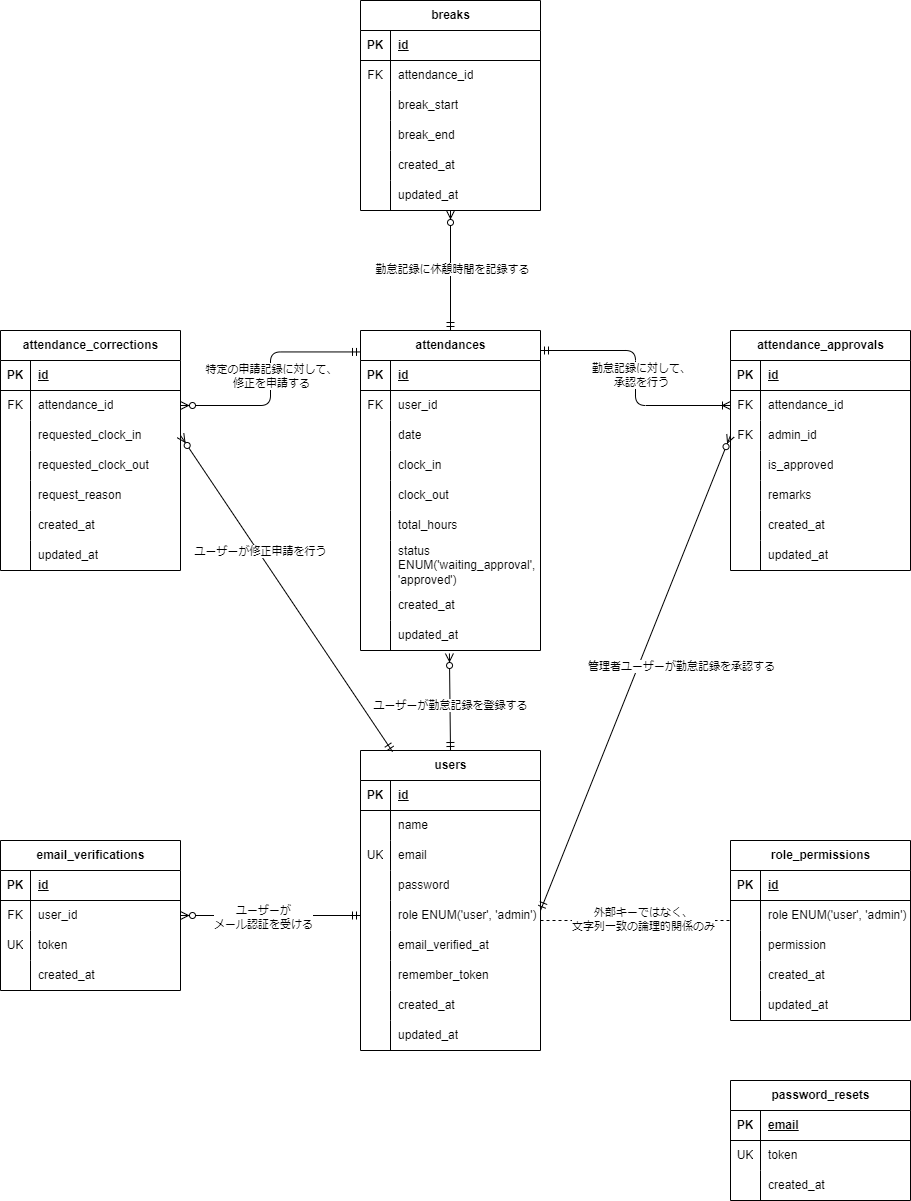
shimodum/mockcase-attendance keeps this draw.io diagram as ER.drawio.png. Above is the earlier version. Source tidied: cells renumbered, new cells last; positions are measured from the earlier drawing's top-left corner, leaving out a move shared by most shapes.
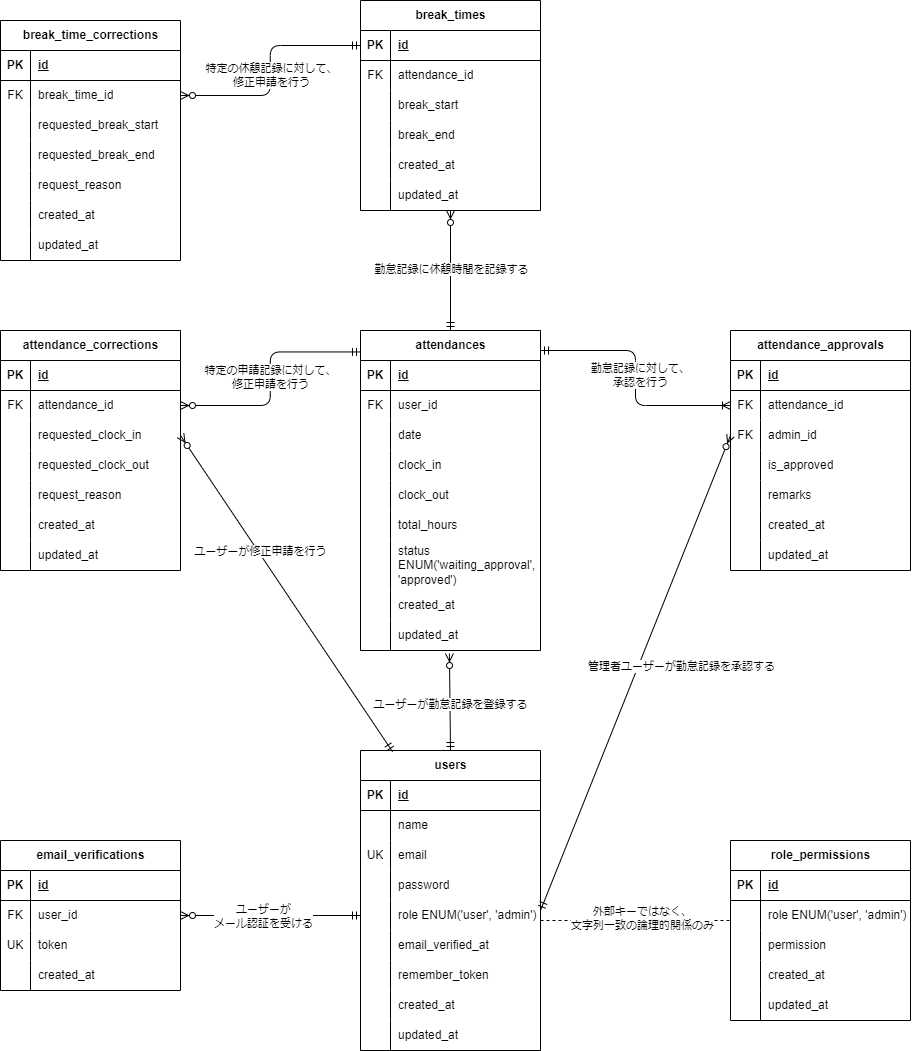
The same diagram one commit later.

Diff of the diagram source:
```diff
@@ -2,7 +2,7 @@
   <root>
     <mxCell id="0" />
     <mxCell id="1" parent="0" />
-    <mxCell id="2" value="breaks" style="shape=table;startSize=30;rowLines=0;fontStyle=1;align=center;html=1;" parent="1" vertex="1">
+    <mxCell id="2" value="break_times" style="shape=table;startSize=30;rowLines=0;fontStyle=1;align=center;html=1;" parent="1" vertex="1">
       <mxGeometry x="360" width="180" height="210" as="geometry" />
     </mxCell>
     <mxCell id="3" style="shape=tableRow;horizontal=0;startSize=0;swimlaneHead=0;swimlaneBody=0;fillColor=none;points=[[0,0.5],[1,0.5]];portConstraint=eastwest;top=0;left=0;right=0;bottom=1;" parent="2" vertex="1">
@@ -125,36 +125,6 @@
     <mxCell id="42" value="updated_at" style="shape=partialRectangle;fillColor=none;top=0;left=0;bottom=0;right=0;align=left;spacingLeft=6;overflow=hidden;whiteSpace=wrap;html=1;" parent="40" vertex="1">
       <mxGeometry x="30" width="150" height="30" as="geometry" />
     </mxCell>
-    <mxCell id="43" value="password_resets" style="shape=table;startSize=30;rowLines=0;fontStyle=1;align=center;html=1;" parent="1" vertex="1">
-      <mxGeometry x="730" y="1080" width="180" height="120" as="geometry" />
-    </mxCell>
-    <mxCell id="44" style="shape=tableRow;horizontal=0;startSize=0;swimlaneHead=0;swimlaneBody=0;fillColor=none;top=0;left=0;right=0;bottom=1;" parent="43" vertex="1">
-      <mxGeometry y="30" width="180" height="30" as="geometry" />
-    </mxCell>
-    <mxCell id="45" value="PK" style="shape=partialRectangle;fillColor=none;top=0;left=0;bottom=0;right=0;fontStyle=1;overflow=hidden;whiteSpace=wrap;html=1;" parent="44" vertex="1">
-      <mxGeometry width="30" height="30" as="geometry" />
-    </mxCell>
-    <mxCell id="46" value="email" style="shape=partialRectangle;fillColor=none;top=0;left=0;bottom=0;right=0;align=left;spacingLeft=6;fontStyle=5;overflow=hidden;whiteSpace=wrap;html=1;" parent="44" vertex="1">
-      <mxGeometry x="30" width="150" height="30" as="geometry" />
-    </mxCell>
-    <mxCell id="47" style="shape=tableRow;horizontal=0;startSize=0;swimlaneHead=0;swimlaneBody=0;fillColor=none;points=[[0,0.5],[1,0.5]];portConstraint=eastwest;top=0;left=0;right=0;bottom=0;" parent="43" vertex="1">
-      <mxGeometry y="60" width="180" height="30" as="geometry" />
-    </mxCell>
-    <mxCell id="48" value="UK" style="shape=partialRectangle;fillColor=none;top=0;left=0;bottom=0;right=0;overflow=hidden;whiteSpace=wrap;html=1;" parent="47" vertex="1">
-      <mxGeometry width="30" height="30" as="geometry" />
-    </mxCell>
-    <mxCell id="49" value="token" style="shape=partialRectangle;fillColor=none;top=0;left=0;bottom=0;right=0;align=left;spacingLeft=6;overflow=hidden;whiteSpace=wrap;html=1;" parent="47" vertex="1">
-      <mxGeometry x="30" width="150" height="30" as="geometry" />
-    </mxCell>
-    <mxCell id="50" style="shape=tableRow;horizontal=0;startSize=0;swimlaneHead=0;swimlaneBody=0;fillColor=none;top=0;left=0;right=0;bottom=0;" parent="43" vertex="1">
-      <mxGeometry y="90" width="180" height="30" as="geometry" />
-    </mxCell>
-    <mxCell id="51" style="shape=partialRectangle;fillColor=none;top=0;left=0;bottom=0;right=0;overflow=hidden;whiteSpace=wrap;html=1;" parent="50" vertex="1">
-      <mxGeometry width="30" height="30" as="geometry" />
-    </mxCell>
-    <mxCell id="52" value="created_at" style="shape=partialRectangle;fillColor=none;top=0;left=0;bottom=0;right=0;align=left;spacingLeft=6;overflow=hidden;whiteSpace=wrap;html=1;" parent="50" vertex="1">
-      <mxGeometry x="30" width="150" height="30" as="geometry" />
-    </mxCell>
     <mxCell id="53" value="users" style="shape=table;startSize=30;rowLines=0;fontStyle=1;align=center;html=1;" parent="1" vertex="1">
       <mxGeometry x="360" y="750" width="180" height="300" as="geometry" />
     </mxCell>
@@ -517,7 +487,7 @@
     <mxCell id="170" style="fontSize=12;html=1;endArrow=ERzeroToMany;startArrow=ERmandOne;edgeStyle=elbowEdgeStyle;exitX=0;exitY=0.067;exitDx=0;exitDy=0;exitPerimeter=0;entryX=1;entryY=0.5;entryDx=0;entryDy=0;" parent="1" edge="1" source="97" target="25">
       <mxGeometry relative="1" as="geometry" />
     </mxCell>
-    <mxCell id="171" value="特定の申請記録に対して、&lt;div&gt;修正を申請する&lt;/div&gt;" style="edgeLabel;html=1;align=center;verticalAlign=middle;fillColor=#FF3333;" parent="170" vertex="1">
+    <mxCell id="171" value="特定の申請記録に対して、&lt;div&gt;修正申請を行う&lt;/div&gt;" style="edgeLabel;html=1;align=center;verticalAlign=middle;fillColor=#FF3333;" parent="170" vertex="1">
       <mxGeometry x="-0.14" relative="1" as="geometry">
         <mxPoint y="14" as="offset" />
       </mxGeometry>
@@ -544,5 +514,79 @@
     <mxCell id="176" value="外部キーではなく、&lt;div&gt;文字列一致の論理的関係のみ&lt;/div&gt;" style="edgeLabel;html=1;align=center;verticalAlign=middle;" parent="174" vertex="1">
       <mxGeometry x="0.07" y="2" relative="1" as="geometry" />
     </mxCell>
+    <mxCell id="177" value="break_time_corrections" style="shape=table;startSize=30;rowLines=0;fontStyle=1;align=center;html=1;" parent="1" vertex="1">
+      <mxGeometry y="20" width="180" height="240" as="geometry" />
+    </mxCell>
+    <mxCell id="44" style="shape=tableRow;horizontal=0;startSize=0;swimlaneHead=0;swimlaneBody=0;fillColor=none;top=0;left=0;right=0;bottom=1;" parent="177" vertex="1">
+      <mxGeometry y="30" width="180" height="30" as="geometry" />
+    </mxCell>
+    <mxCell id="45" value="PK" style="shape=partialRectangle;fillColor=none;top=0;left=0;bottom=0;right=0;fontStyle=1;overflow=hidden;whiteSpace=wrap;html=1;" parent="44" vertex="1">
+      <mxGeometry width="30" height="30" as="geometry" />
+    </mxCell>
+    <mxCell id="178" value="id" style="shape=partialRectangle;fillColor=none;top=0;left=0;bottom=0;right=0;align=left;spacingLeft=6;fontStyle=5;overflow=hidden;whiteSpace=wrap;html=1;" parent="44" vertex="1">
+      <mxGeometry x="30" width="150" height="30" as="geometry" />
+    </mxCell>
+    <mxCell id="47" style="shape=tableRow;horizontal=0;startSize=0;swimlaneHead=0;swimlaneBody=0;fillColor=none;points=[[0,0.5],[1,0.5]];portConstraint=eastwest;top=0;left=0;right=0;bottom=0;" parent="177" vertex="1">
+      <mxGeometry y="60" width="180" height="30" as="geometry" />
+    </mxCell>
+    <mxCell id="179" value="FK" style="shape=partialRectangle;fillColor=none;top=0;left=0;bottom=0;right=0;overflow=hidden;whiteSpace=wrap;html=1;" parent="47" vertex="1">
+      <mxGeometry width="30" height="30" as="geometry" />
+    </mxCell>
+    <mxCell id="180" value="break_time_id" style="shape=partialRectangle;fillColor=none;top=0;left=0;bottom=0;right=0;align=left;spacingLeft=6;overflow=hidden;whiteSpace=wrap;html=1;" parent="47" vertex="1">
+      <mxGeometry x="30" width="150" height="30" as="geometry" />
+    </mxCell>
+    <mxCell id="50" style="shape=tableRow;horizontal=0;startSize=0;swimlaneHead=0;swimlaneBody=0;fillColor=none;top=0;left=0;right=0;bottom=0;" parent="177" vertex="1">
+      <mxGeometry y="90" width="180" height="30" as="geometry" />
+    </mxCell>
+    <mxCell id="181" style="shape=partialRectangle;fillColor=none;top=0;left=0;bottom=0;right=0;overflow=hidden;whiteSpace=wrap;html=1;" parent="50" vertex="1">
+      <mxGeometry width="30" height="30" as="geometry" />
+    </mxCell>
+    <mxCell id="182" value="requested_break_start" style="shape=partialRectangle;fillColor=none;top=0;left=0;bottom=0;right=0;align=left;spacingLeft=6;overflow=hidden;whiteSpace=wrap;html=1;" parent="50" vertex="1">
+      <mxGeometry x="30" width="150" height="30" as="geometry" />
+    </mxCell>
+    <mxCell id="183" style="shape=tableRow;horizontal=0;startSize=0;swimlaneHead=0;swimlaneBody=0;fillColor=none;top=0;left=0;right=0;bottom=0;" parent="177" vertex="1">
+      <mxGeometry y="120" width="180" height="30" as="geometry" />
+    </mxCell>
+    <mxCell id="184" style="shape=partialRectangle;fillColor=none;top=0;left=0;bottom=0;right=0;overflow=hidden;whiteSpace=wrap;html=1;" parent="183" vertex="1">
+      <mxGeometry width="30" height="30" as="geometry" />
+    </mxCell>
+    <mxCell id="185" value="requested_break_end" style="shape=partialRectangle;fillColor=none;top=0;left=0;bottom=0;right=0;align=left;spacingLeft=6;overflow=hidden;whiteSpace=wrap;html=1;" parent="183" vertex="1">
+      <mxGeometry x="30" width="150" height="30" as="geometry" />
+    </mxCell>
+    <mxCell id="186" style="shape=tableRow;horizontal=0;startSize=0;swimlaneHead=0;swimlaneBody=0;fillColor=none;top=0;left=0;right=0;bottom=0;" parent="177" vertex="1">
+      <mxGeometry y="150" width="180" height="30" as="geometry" />
+    </mxCell>
+    <mxCell id="187" style="shape=partialRectangle;fillColor=none;top=0;left=0;bottom=0;right=0;overflow=hidden;whiteSpace=wrap;html=1;" parent="186" vertex="1">
+      <mxGeometry width="30" height="30" as="geometry" />
+    </mxCell>
+    <mxCell id="188" value="request_reason" style="shape=partialRectangle;fillColor=none;top=0;left=0;bottom=0;right=0;align=left;spacingLeft=6;overflow=hidden;whiteSpace=wrap;html=1;" parent="186" vertex="1">
+      <mxGeometry x="30" width="150" height="30" as="geometry" />
+    </mxCell>
+    <mxCell id="189" style="shape=tableRow;horizontal=0;startSize=0;swimlaneHead=0;swimlaneBody=0;fillColor=none;top=0;left=0;right=0;bottom=0;" parent="177" vertex="1">
+      <mxGeometry y="180" width="180" height="30" as="geometry" />
+    </mxCell>
+    <mxCell id="190" style="shape=partialRectangle;fillColor=none;top=0;left=0;bottom=0;right=0;overflow=hidden;whiteSpace=wrap;html=1;" parent="189" vertex="1">
+      <mxGeometry width="30" height="30" as="geometry" />
+    </mxCell>
+    <mxCell id="52" value="created_at" style="shape=partialRectangle;fillColor=none;top=0;left=0;bottom=0;right=0;align=left;spacingLeft=6;overflow=hidden;whiteSpace=wrap;html=1;" parent="189" vertex="1">
+      <mxGeometry x="30" width="150" height="30" as="geometry" />
+    </mxCell>
+    <mxCell id="191" style="shape=tableRow;horizontal=0;startSize=0;swimlaneHead=0;swimlaneBody=0;fillColor=none;top=0;left=0;right=0;bottom=0;" parent="177" vertex="1">
+      <mxGeometry y="210" width="180" height="30" as="geometry" />
+    </mxCell>
+    <mxCell id="192" style="shape=partialRectangle;fillColor=none;top=0;left=0;bottom=0;right=0;overflow=hidden;whiteSpace=wrap;html=1;" parent="191" vertex="1">
+      <mxGeometry width="30" height="30" as="geometry" />
+    </mxCell>
+    <mxCell id="193" value="updated_at" style="shape=partialRectangle;fillColor=none;top=0;left=0;bottom=0;right=0;align=left;spacingLeft=6;overflow=hidden;whiteSpace=wrap;html=1;" parent="191" vertex="1">
+      <mxGeometry x="30" width="150" height="30" as="geometry" />
+    </mxCell>
+    <mxCell id="194" style="edgeStyle=elbowEdgeStyle;fontSize=12;html=1;endArrow=ERzeroToMany;startArrow=ERmandOne;exitX=0;exitY=0.5;exitDx=0;exitDy=0;entryX=1;entryY=0.5;entryDx=0;entryDy=0;elbow=horizontal;" parent="1" edge="1" source="3" target="47">
+      <mxGeometry relative="1" as="geometry" />
+    </mxCell>
+    <mxCell id="195" value="特定の休憩記録に対して、&lt;div&gt;修正申請を行う&lt;/div&gt;" style="edgeLabel;html=1;align=center;verticalAlign=middle;" parent="194" vertex="1">
+      <mxGeometry x="0.36" y="-2" relative="1" as="geometry">
+        <mxPoint x="16" y="-18" as="offset" />
+      </mxGeometry>
+    </mxCell>
   </root>
 </mxGraphModel>
```
